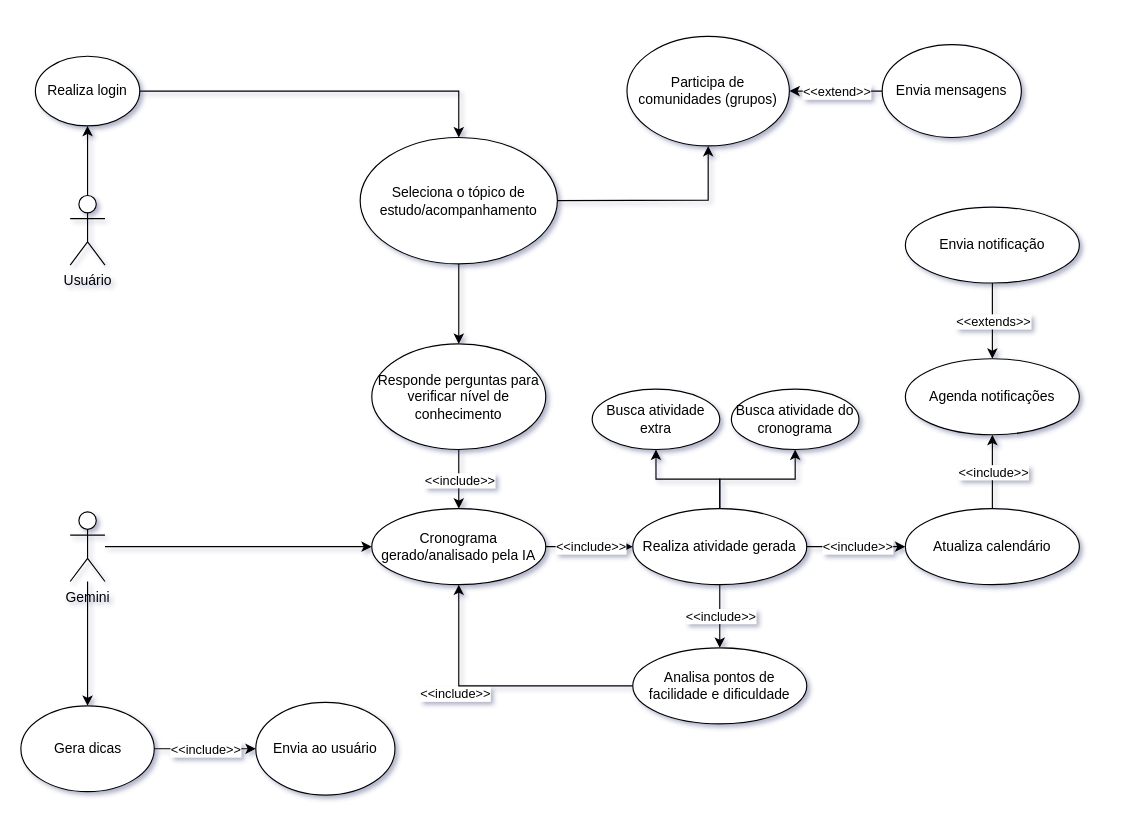
Before: docs/learning-assistant-use-cases.drawio in nicolasdeves/learning-assistant, a draw.io diagram. Source tidied: cells renumbered, new cells numbered last; positions are measured from the earlier drawing's top-left corner, leaving out a move shared by most shapes. Both pictures are drawn from the tidied source at 116%, with x=0, y=0 at pixel (21, 36).
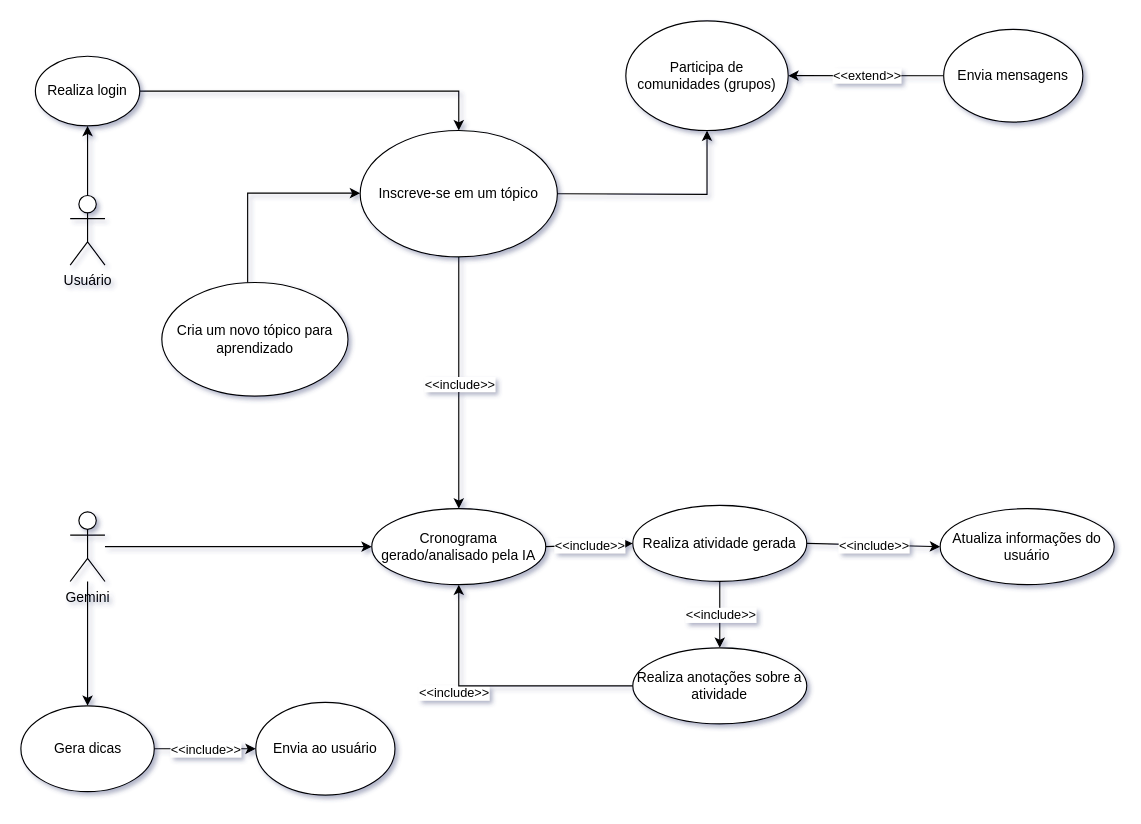
Above is the later version.

Commit message:
update use cases

Unchanged cells that the change refers to:
```xml
<mxCell id="13" value="Cronograma gerado/analisado pela IA" style="ellipse;whiteSpace=wrap;html=1;" parent="1" vertex="1">
  <mxGeometry x="302" y="407" width="150" height="65.5" as="geometry" />
</mxCell>
```

What changed in the source:
```diff
@@
-    <mxCell id="6" value="Seleciona o tópico de estudo/acompanhamento" style="ellipse;whiteSpace=wrap;html=1;textShadow=0;" parent="1" vertex="1">
-      <mxGeometry x="292" y="87" width="170" height="109" as="geometry" />
+    <mxCell id="6" value="Inscreve-se em um tópico" style="ellipse;whiteSpace=wrap;html=1;textShadow=0;" parent="1" vertex="1">
+      <mxGeometry x="292" y="81" width="170" height="109" as="geometry" />
     </mxCell>
     <mxCell id="7" value="Participa de comunidades (grupos)" style="ellipse;whiteSpace=wrap;html=1;" parent="1" vertex="1">
-      <mxGeometry x="522" y="-0.2" width="140" height="94.5" as="geometry" />
+      <mxGeometry x="521" y="-13.5" width="140" height="94.5" as="geometry" />
     </mxCell>
     <mxCell id="8" style="endArrow=classic;html=1;rounded=0;entryX=0.5;entryY=1;entryDx=0;entryDy=0;exitX=1;exitY=0.5;exitDx=0;exitDy=0;" parent="1" edge="1" source="6" target="7">
       <mxGeometry relative="1" as="geometry">
         <Array as="points">
-          <mxPoint x="592" y="141" />
+          <mxPoint x="591" y="136" />
         </Array>
       </mxGeometry>
     </mxCell>
@@
     <mxCell id="11" value="Envia mensagens" style="ellipse;whiteSpace=wrap;html=1;" parent="1" vertex="1">
-      <mxGeometry x="742" y="7" width="120" height="80" as="geometry" />
+      <mxGeometry x="795" y="-6.2" width="120" height="80" as="geometry" />
     </mxCell>
-    <mxCell id="12" value="Responde perguntas para verificar nível de conhecimento" style="ellipse;whiteSpace=wrap;html=1;textShadow=0;" parent="1" vertex="1">
-      <mxGeometry x="302" y="265" width="150" height="91" as="geometry" />
-    </mxCell>
@@
-    <mxCell id="15" style="endArrow=classic;html=1;rounded=0;exitX=0.5;exitY=1;exitDx=0;exitDy=0;entryX=0.5;entryY=0;entryDx=0;entryDy=0;" parent="1" edge="1" source="12" target="13">
+    <mxCell id="15" style="endArrow=classic;html=1;rounded=0;exitX=0.5;exitY=1;exitDx=0;exitDy=0;entryX=0.5;entryY=0;entryDx=0;entryDy=0;" parent="1" edge="1" source="6" target="13">
       <mxGeometry relative="1" as="geometry" />
     </mxCell>
@@
-    <mxCell id="17" style="endArrow=classic;html=1;rounded=0;entryX=0.5;entryY=0;entryDx=0;entryDy=0;exitX=0.5;exitY=1;exitDx=0;exitDy=0;" parent="1" edge="1" source="6" target="12">
-      <mxGeometry relative="1" as="geometry" />
-    </mxCell>
-    <mxCell id="18" style="edgeStyle=orthogonalEdgeStyle;rounded=0;jettySize=auto;html=1;entryX=0.5;entryY=1;entryDx=0;entryDy=0;" parent="1" edge="1" source="20" target="29">
-      <mxGeometry relative="1" as="geometry" />
-    </mxCell>
-    <mxCell id="19" style="edgeStyle=orthogonalEdgeStyle;rounded=0;jettySize=auto;html=1;entryX=0.5;entryY=1;entryDx=0;entryDy=0;" parent="1" edge="1" source="20" target="30">
-      <mxGeometry relative="1" as="geometry" />
-    </mxCell>
     <mxCell id="20" value="Realiza atividade gerada" style="ellipse;whiteSpace=wrap;html=1;" parent="1" vertex="1">
-      <mxGeometry x="527" y="407" width="150" height="65.5" as="geometry" />
+      <mxGeometry x="527" y="404.2" width="150" height="65.5" as="geometry" />
     </mxCell>
@@
-    <mxCell id="28" value="Analisa pontos de facilidade e dificuldade" style="ellipse;whiteSpace=wrap;html=1;" parent="1" vertex="1">
+    <mxCell id="28" value="Realiza anotações sobre a atividade" style="ellipse;whiteSpace=wrap;html=1;" parent="1" vertex="1">
       <mxGeometry x="527" y="527" width="150" height="65.5" as="geometry" />
     </mxCell>
-    <mxCell id="29" value="Busca atividade extra" style="ellipse;whiteSpace=wrap;html=1;" parent="1" vertex="1">
-      <mxGeometry x="492" y="304" width="110" height="52" as="geometry" />
-    </mxCell>
-    <mxCell id="30" value="Busca atividade do cronograma" style="ellipse;whiteSpace=wrap;html=1;" parent="1" vertex="1">
-      <mxGeometry x="612" y="304" width="110" height="52" as="geometry" />
-    </mxCell>
-    <mxCell id="31" value="Atualiza calendário" style="ellipse;whiteSpace=wrap;html=1;" parent="1" vertex="1">
-      <mxGeometry x="762" y="407" width="150" height="65.5" as="geometry" />
+    <mxCell id="31" value="Atualiza informações do usuário" style="ellipse;whiteSpace=wrap;html=1;" parent="1" vertex="1">
+      <mxGeometry x="792" y="407" width="150" height="65.5" as="geometry" />
     </mxCell>
@@
-    <mxCell id="41" style="endArrow=classic;html=1;rounded=0;exitX=0.5;exitY=0;exitDx=0;exitDy=0;entryX=0.5;entryY=1;entryDx=0;entryDy=0;" parent="1" edge="1" source="31" target="43">
-      <mxGeometry relative="1" as="geometry" />
-    </mxCell>
-    <mxCell id="42" value="&amp;lt;&amp;lt;include&amp;gt;&amp;gt;" style="edgeLabel;html=1;align=center;verticalAlign=middle;" parent="41" vertex="1">
-      <mxGeometry relative="1" as="geometry" />
-    </mxCell>
-    <mxCell id="43" value="Agenda notificações" style="ellipse;whiteSpace=wrap;html=1;" parent="1" vertex="1">
-      <mxGeometry x="762" y="277.8" width="150" height="65.5" as="geometry" />
-    </mxCell>
-    <mxCell id="44" value="Envia notificação" style="ellipse;whiteSpace=wrap;html=1;" parent="1" vertex="1">
-      <mxGeometry x="762" y="147" width="150" height="65.5" as="geometry" />
-    </mxCell>
-    <mxCell id="45" style="endArrow=classic;html=1;rounded=0;exitX=0.5;exitY=1;exitDx=0;exitDy=0;entryX=0.5;entryY=0;entryDx=0;entryDy=0;" parent="1" edge="1" source="44" target="43">
-      <mxGeometry relative="1" as="geometry" />
-    </mxCell>
-    <mxCell id="46" value="&amp;lt;&amp;lt;extends&amp;gt;&amp;gt;" style="edgeLabel;html=1;align=center;verticalAlign=middle;" parent="45" vertex="1">
-      <mxGeometry relative="1" as="geometry" />
-    </mxCell>
+    <mxCell id="47" style="edgeStyle=orthogonalEdgeStyle;rounded=0;jettySize=auto;html=1;" parent="1" edge="1" source="48" target="6">
+      <mxGeometry relative="1" as="geometry">
+        <Array as="points">
+          <mxPoint x="195" y="135" />
+        </Array>
+      </mxGeometry>
+    </mxCell>
+    <mxCell id="48" value="Cria um novo tópico para aprendizado" style="ellipse;whiteSpace=wrap;html=1;" parent="1" vertex="1">
+      <mxGeometry x="121" y="212" width="160.5" height="98" as="geometry" />
+    </mxCell>
```
